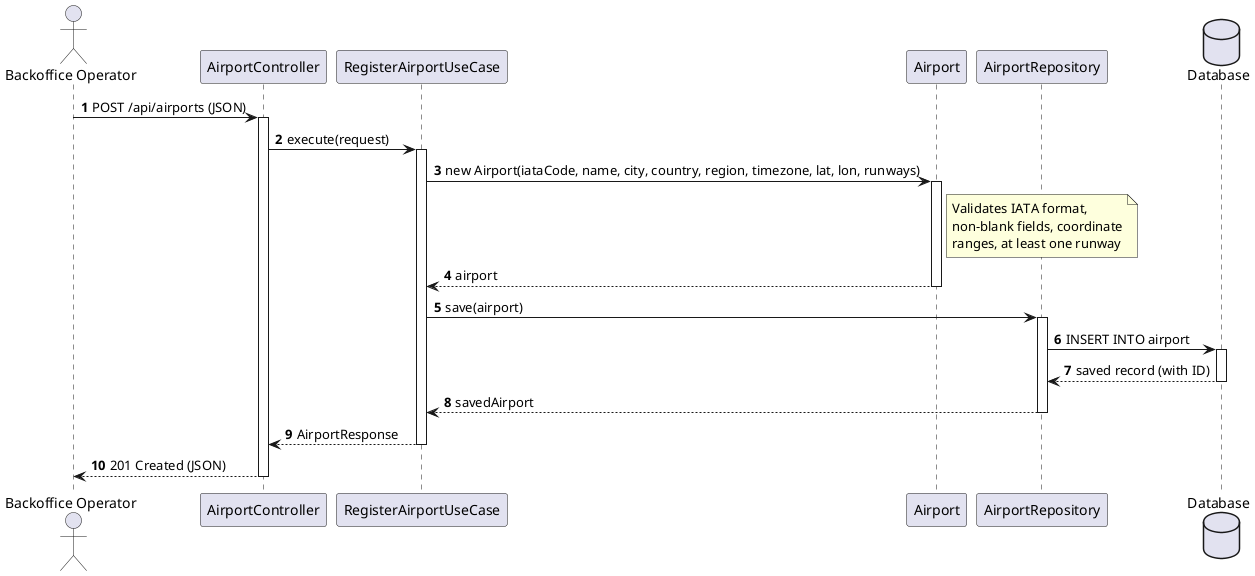
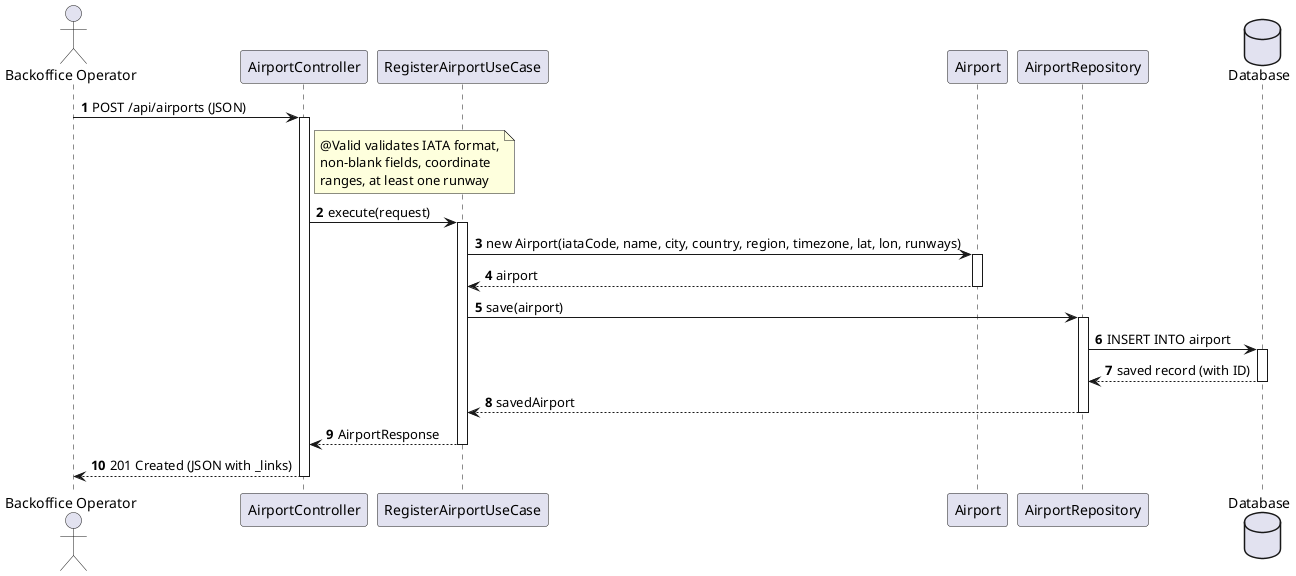
@startuml
autonumber
actor "Backoffice Operator" as BO
participant "AirportController" as Ctrl
participant "RegisterAirportUseCase" as UC
participant "Airport" as Entity
participant "AirportRepository" as Repo
database "Database" as DB

BO -> Ctrl : POST /api/airports (JSON)
activate Ctrl

+ note right of Ctrl : @Valid validates IATA format,\nnon-blank fields, coordinate\nranges, at least one runway
+ 
Ctrl -> UC : execute(request)
activate UC

UC -> Entity : new Airport(iataCode, name, city, country, region, timezone, lat, lon, runways)
activate Entity
- note right of Entity : Validates IATA format,\nnon-blank fields, coordinate\nranges, at least one runway
Entity --> UC : airport
deactivate Entity

UC -> Repo : save(airport)
activate Repo
Repo -> DB : INSERT INTO airport
activate DB
DB --> Repo : saved record (with ID)
deactivate DB
Repo --> UC : savedAirport
deactivate Repo

UC --> Ctrl : AirportResponse
deactivate UC

- Ctrl --> BO : 201 Created (JSON)
+ Ctrl --> BO : 201 Created (JSON with _links)
deactivate Ctrl
@enduml
